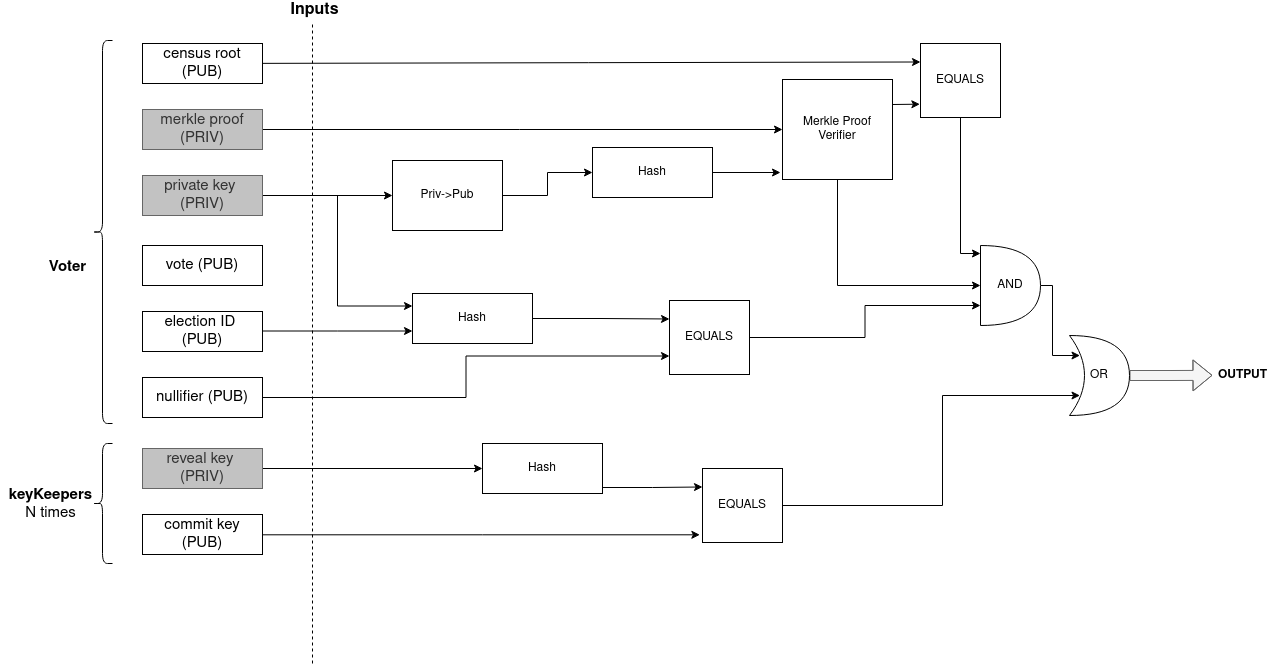
Before: src/architecture/protocol/anonymous-voting/circuit-with-keykeepers-keys-diagram.png, a diagram exported from draw.io (vocdoni/docs). Source tidied: cells renumbered, new cells last; positions are measured from the earlier drawing's top-left corner, leaving out a move shared by most shapes.
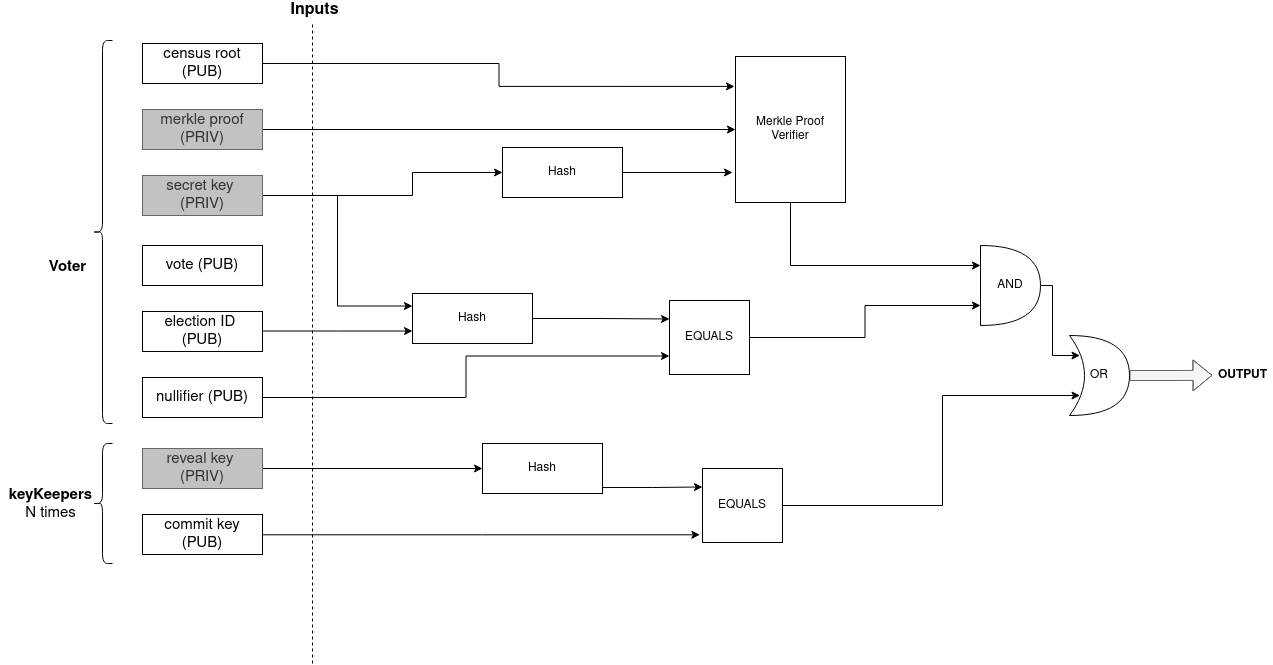
Later version of the same file.

Commit message:
Small fix: private->secret key & circuit2 diagram

What changed in the source:
```diff
@@ -2,7 +2,7 @@
   <root>
     <mxCell id="0" />
     <mxCell id="1" parent="0" />
-    <mxCell id="2" style="edgeStyle=none;rounded=0;jettySize=auto;html=1;entryX=0;entryY=0.25;entryDx=0;entryDy=0;" parent="1" edge="1" source="3" target="21">
+    <mxCell id="2" style="edgeStyle=orthogonalEdgeStyle;rounded=0;jettySize=auto;html=1;entryX=-0.009;entryY=0.205;entryDx=0;entryDy=0;entryPerimeter=0;" parent="1" edge="1" source="3" target="28">
       <mxGeometry relative="1" as="geometry" />
     </mxCell>
     <mxCell id="3" value="&lt;font style=&quot;font-size: 15px&quot;&gt;census root (PUB)&lt;/font&gt;" style="rounded=0;whiteSpace=wrap;html=1;" parent="1" vertex="1">
@@ -14,13 +14,10 @@
     <mxCell id="5" value="&lt;font style=&quot;font-size: 15px&quot;&gt;merkle proof (PRIV)&lt;/font&gt;" style="rounded=0;whiteSpace=wrap;html=1;fillColor=#C2C2C2;strokeColor=#666666;fontColor=#333333;" parent="1" vertex="1">
       <mxGeometry x="142" y="109" width="120" height="40" as="geometry" />
     </mxCell>
-    <mxCell id="6" style="edgeStyle=orthogonalEdgeStyle;rounded=0;jettySize=auto;html=1;exitX=1;exitY=0.5;exitDx=0;exitDy=0;entryX=0;entryY=0.5;entryDx=0;entryDy=0;" parent="1" edge="1" source="8" target="23">
-      <mxGeometry relative="1" as="geometry" />
-    </mxCell>
     <mxCell id="7" style="edgeStyle=orthogonalEdgeStyle;rounded=0;jettySize=auto;html=1;entryX=0;entryY=0.25;entryDx=0;entryDy=0;" parent="1" edge="1" source="8" target="32">
       <mxGeometry relative="1" as="geometry" />
     </mxCell>
-    <mxCell id="8" value="&lt;font style=&quot;font-size: 15px&quot;&gt;private key&amp;nbsp; (PRIV)&lt;/font&gt;" style="rounded=0;whiteSpace=wrap;html=1;fillColor=#C2C2C2;strokeColor=#666666;fontColor=#333333;" parent="1" vertex="1">
+    <mxCell id="8" value="&lt;font style=&quot;font-size: 15px&quot;&gt;secret key&amp;nbsp; (PRIV)&lt;/font&gt;" style="rounded=0;whiteSpace=wrap;html=1;fillColor=#C2C2C2;strokeColor=#666666;fontColor=#333333;" parent="1" vertex="1">
       <mxGeometry x="142" y="175" width="120" height="40" as="geometry" />
     </mxCell>
     <mxCell id="9" value="&lt;font style=&quot;font-size: 15px&quot;&gt;vote (PUB)&lt;/font&gt;" style="rounded=0;whiteSpace=wrap;html=1;" parent="1" vertex="1">
@@ -67,18 +64,11 @@
     <mxCell id="19" value="&lt;b&gt;&lt;font style=&quot;font-size: 16px&quot;&gt;Inputs&lt;/font&gt;&lt;/b&gt;" style="text;html=1;align=center;verticalAlign=middle;" parent="1" vertex="1">
       <mxGeometry x="284" width="60" height="20" as="geometry" />
     </mxCell>
-    <mxCell id="20" style="edgeStyle=orthogonalEdgeStyle;rounded=0;jettySize=auto;html=1;exitX=0.5;exitY=1;exitDx=0;exitDy=0;entryX=0;entryY=0.1;entryDx=0;entryDy=0;entryPerimeter=0;" parent="1" edge="1" source="21" target="36">
-      <mxGeometry relative="1" as="geometry" />
-    </mxCell>
-    <mxCell id="21" value="EQUALS" style="rounded=0;whiteSpace=wrap;html=1;" parent="1" vertex="1">
-      <mxGeometry x="920" y="43" width="80" height="74" as="geometry" />
-    </mxCell>
-    <mxCell id="22" style="edgeStyle=orthogonalEdgeStyle;rounded=0;jettySize=auto;html=1;exitX=1;exitY=0.5;exitDx=0;exitDy=0;entryX=0;entryY=0.5;entryDx=0;entryDy=0;" parent="1" edge="1" source="23" target="30">
-      <mxGeometry relative="1" as="geometry" />
+    <mxCell id="22" style="edgeStyle=orthogonalEdgeStyle;rounded=0;jettySize=auto;html=1;entryX=0;entryY=0.5;entryDx=0;entryDy=0;" parent="1" edge="1" target="30">
+      <mxGeometry relative="1" as="geometry">
+        <mxPoint x="322" y="195" as="sourcePoint" />
+      </mxGeometry>
     </mxCell>
-    <mxCell id="23" value="Priv-&amp;gt;Pub" style="rounded=0;whiteSpace=wrap;html=1;" parent="1" vertex="1">
-      <mxGeometry x="392" y="160" width="110" height="70" as="geometry" />
-    </mxCell>
     <mxCell id="24" style="edgeStyle=orthogonalEdgeStyle;rounded=0;jettySize=auto;html=1;exitX=1;exitY=0.5;exitDx=0;exitDy=0;entryX=0;entryY=0.25;entryDx=0;entryDy=0;" parent="1" edge="1" source="25" target="40">
       <mxGeometry relative="1" as="geometry">
         <Array as="points">
@@ -90,22 +80,19 @@
     <mxCell id="25" value="Hash" style="rounded=0;whiteSpace=wrap;html=1;" parent="1" vertex="1">
       <mxGeometry x="482" y="443" width="120" height="50" as="geometry" />
     </mxCell>
-    <mxCell id="26" style="edgeStyle=none;rounded=0;jettySize=auto;html=1;exitX=1;exitY=0.25;exitDx=0;exitDy=0;entryX=-0.008;entryY=0.82;entryDx=0;entryDy=0;entryPerimeter=0;" parent="1" edge="1" source="28" target="21">
-      <mxGeometry relative="1" as="geometry" />
-    </mxCell>
-    <mxCell id="27" style="edgeStyle=orthogonalEdgeStyle;rounded=0;jettySize=auto;html=1;exitX=0.5;exitY=1;exitDx=0;exitDy=0;entryX=0;entryY=0.5;entryDx=0;entryDy=0;entryPerimeter=0;" parent="1" edge="1" source="28" target="36">
+    <mxCell id="27" style="edgeStyle=orthogonalEdgeStyle;rounded=0;jettySize=auto;html=1;exitX=0.5;exitY=1;exitDx=0;exitDy=0;entryX=0;entryY=0.25;entryDx=0;entryDy=0;entryPerimeter=0;" parent="1" edge="1" source="28" target="36">
       <mxGeometry relative="1" as="geometry" />
     </mxCell>
     <mxCell id="28" value="Merkle Proof Verifier" style="rounded=0;whiteSpace=wrap;html=1;" parent="1" vertex="1">
-      <mxGeometry x="782" y="79" width="110" height="100" as="geometry" />
+      <mxGeometry x="735" y="56" width="110" height="146" as="geometry" />
     </mxCell>
     <mxCell id="29" style="edgeStyle=orthogonalEdgeStyle;rounded=0;jettySize=auto;html=1;exitX=1;exitY=0.5;exitDx=0;exitDy=0;" parent="1" edge="1" source="30">
       <mxGeometry relative="1" as="geometry">
-        <mxPoint x="780" y="172" as="targetPoint" />
+        <mxPoint x="732" y="172" as="targetPoint" />
       </mxGeometry>
     </mxCell>
     <mxCell id="30" value="Hash" style="rounded=0;whiteSpace=wrap;html=1;" parent="1" vertex="1">
-      <mxGeometry x="592" y="147" width="120" height="50" as="geometry" />
+      <mxGeometry x="502" y="147" width="120" height="50" as="geometry" />
     </mxCell>
     <mxCell id="31" style="edgeStyle=orthogonalEdgeStyle;rounded=0;jettySize=auto;html=1;entryX=0;entryY=0.25;entryDx=0;entryDy=0;" parent="1" edge="1" source="32" target="34">
       <mxGeometry relative="1" as="geometry" />
```
